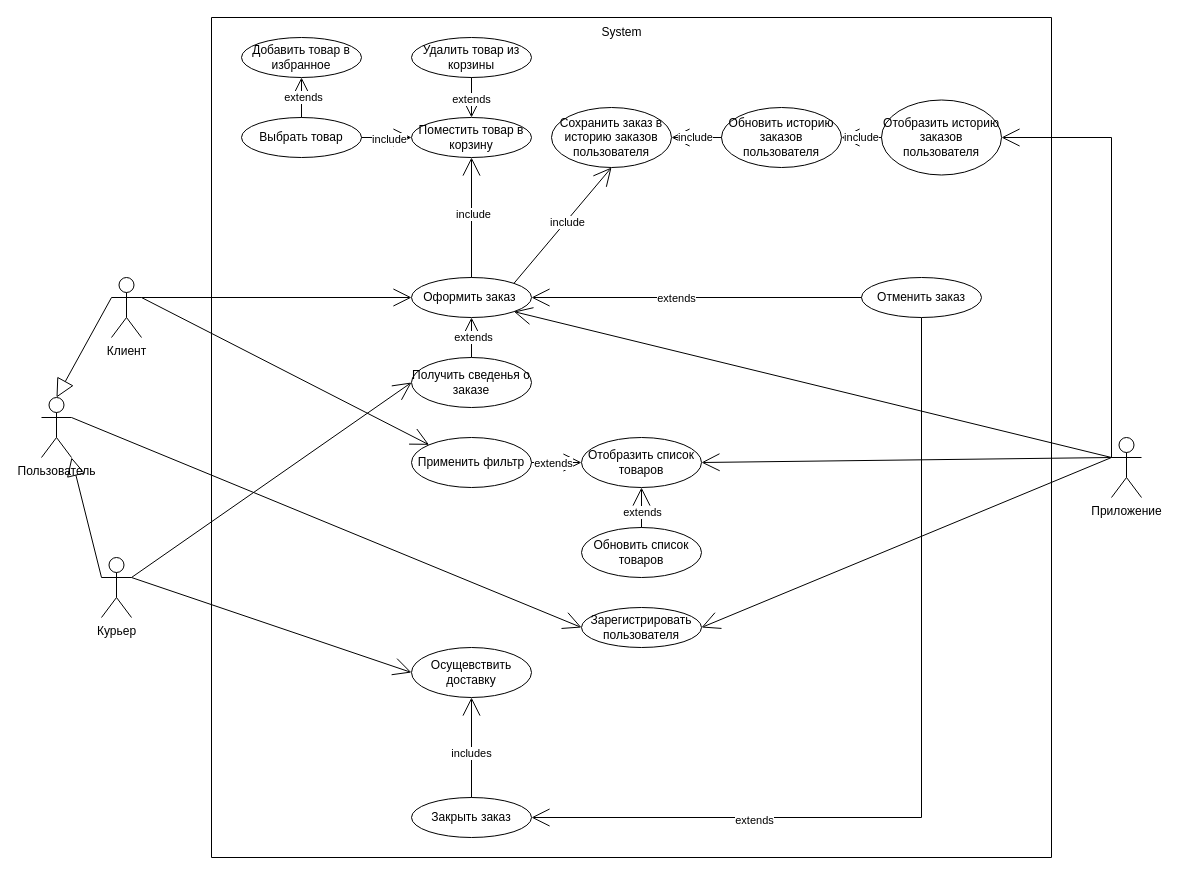
Before: precedents_delivery_service.drawio in MstislavRomanovski/ProgramIngeneering, a draw.io diagram. Source tidied: cells renumbered, new cells numbered last; positions are measured from the earlier drawing's top-left corner, leaving out a move shared by most shapes. Both pictures are drawn from the tidied source at 100%, with x=0, y=0 at pixel (41, 17).
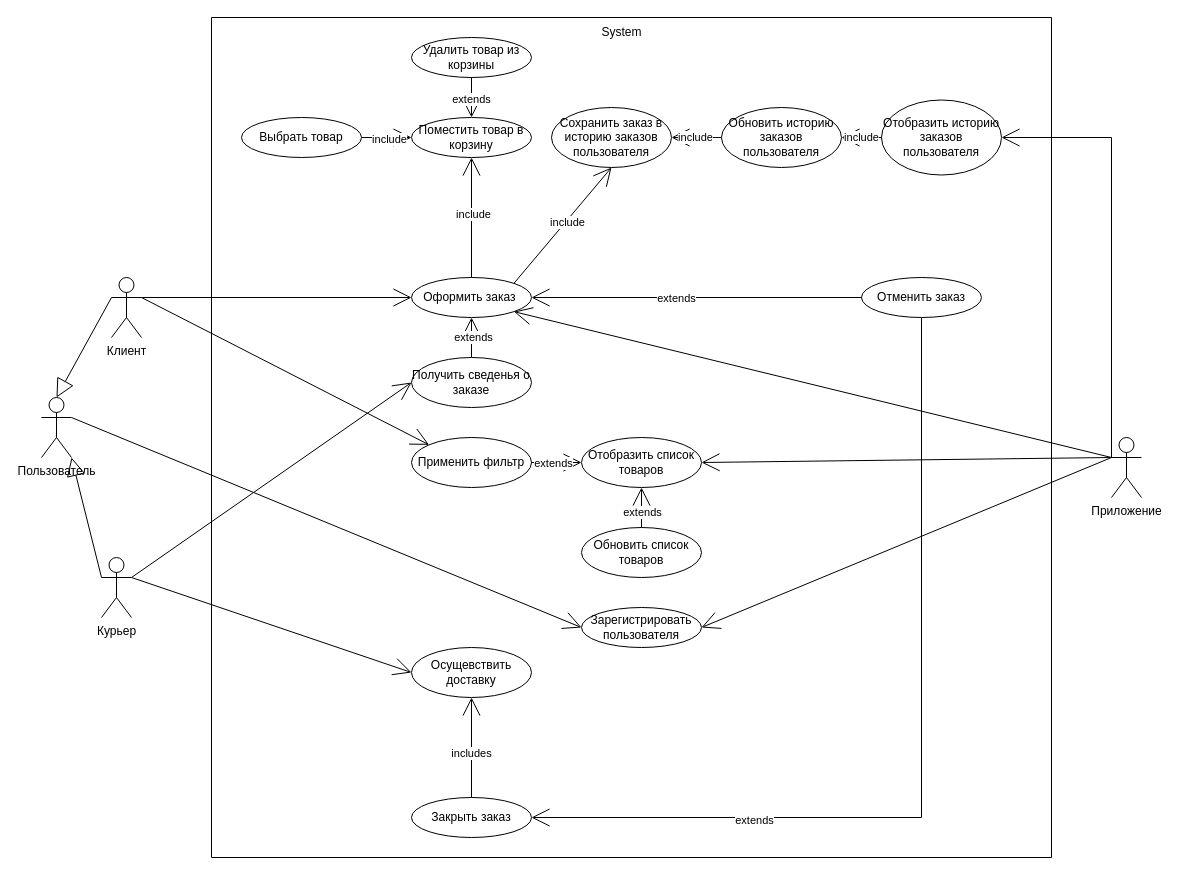
Above is the later version.

Unchanged cells that the change refers to:
```xml
<mxCell id="8" value="Выбрать товар" style="ellipse;whiteSpace=wrap;html=1;" parent="1" vertex="1">
  <mxGeometry x="200" y="100" width="120" height="40" as="geometry" />
</mxCell>
```

The edit, as a diff of the source:
```diff
@@
-    <mxCell id="22" value="Добавить товар в избранное" style="ellipse;whiteSpace=wrap;html=1;" parent="1" vertex="1">
-      <mxGeometry x="200" y="20" width="120" height="40" as="geometry" />
-    </mxCell>
-    <mxCell id="23" style="endArrow=open;endSize=16;endFill=0;html=1;rounded=0;entryX=0.5;entryY=1;entryDx=0;entryDy=0;exitX=0.5;exitY=0;exitDx=0;exitDy=0;" parent="1" edge="1" source="8" target="22">
-      <mxGeometry relative="1" as="geometry" />
-    </mxCell>
-    <mxCell id="24" value="extends" style="edgeLabel;html=1;align=center;verticalAlign=middle;" parent="23" vertex="1">
-      <mxGeometry x="0.07" y="-1" relative="1" as="geometry" />
-    </mxCell>
```
